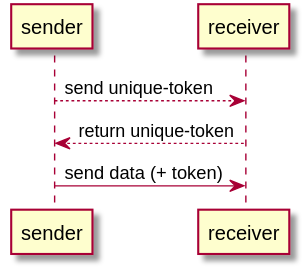
thebjorn/toolcall keeps this PlantUML diagram as docs/_static/messageflow.svg. Above is the earlier version.
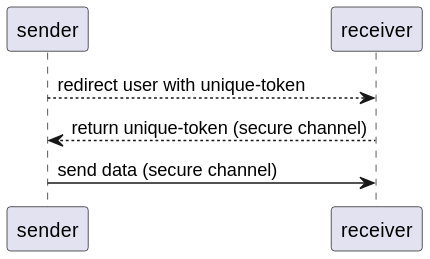
Later version of the same file.

What changed in the source:
```diff
@@ -1,5 +1,5 @@
 @startuml messageflow
-sender --> receiver : send unique-token
-receiver --> sender : return unique-token
-sender -> receiver : send data (+ token)
+sender --> receiver : redirect user with unique-token
+receiver --> sender : return unique-token (secure channel)
+sender -> receiver : send data (secure channel)
 @enduml
```
